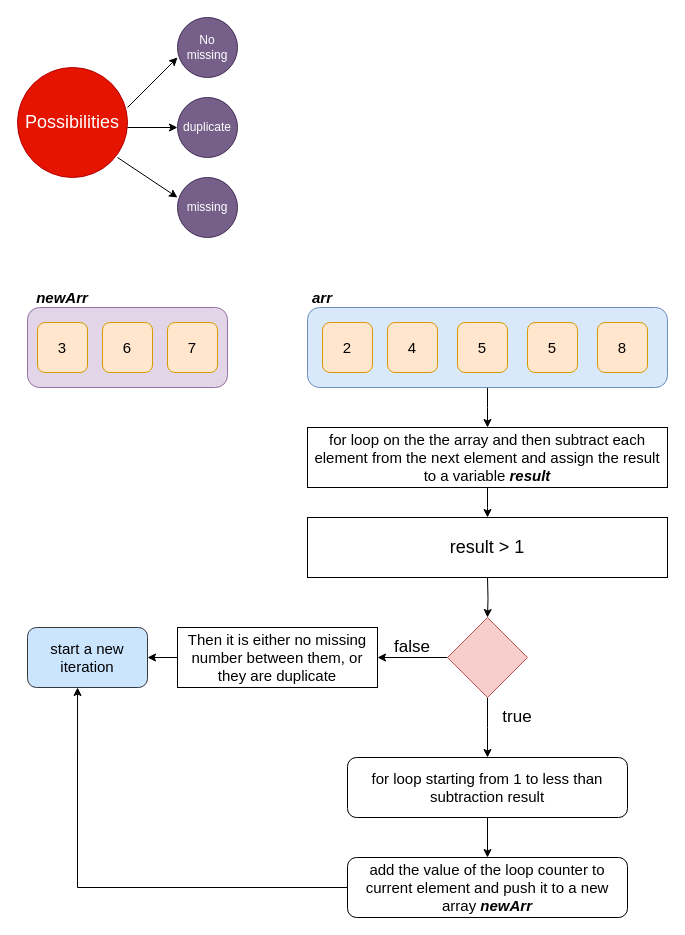
Before: exercises/missingInts/missingIntsDiagram.drawio in Islam888/AlgoCasts, a draw.io diagram. Source tidied: cells renumbered, new cells numbered last; positions are measured from the earlier drawing's top-left corner, leaving out a move shared by most shapes. Both pictures are drawn from the tidied source at 100%, with x=0, y=0 at pixel (17, 17).
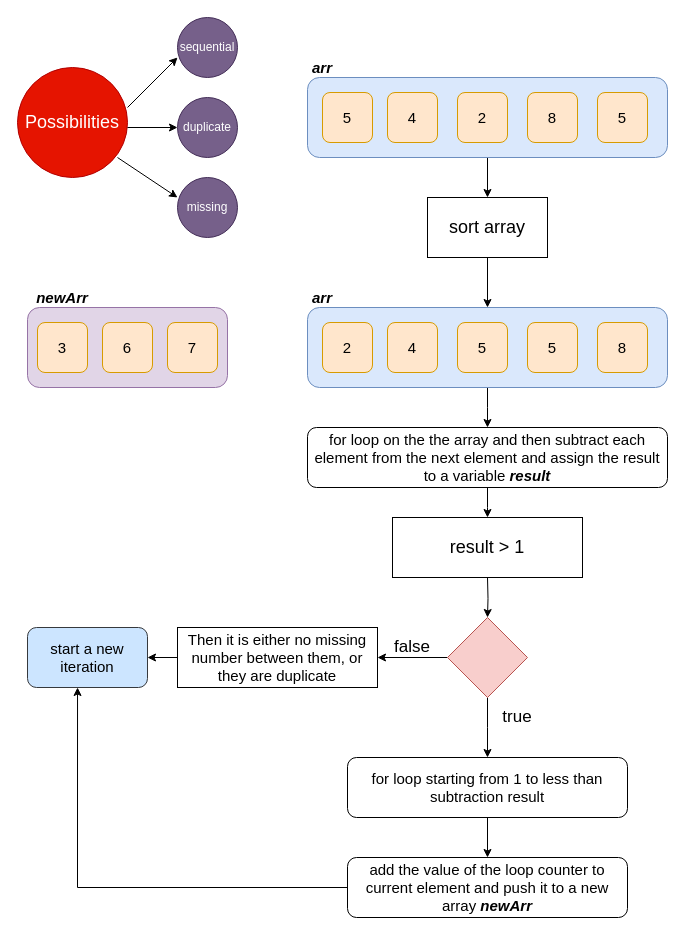
Above is the later version.

Unchanged cells that the change refers to:
```xml
<mxCell id="3" style="rounded=1;whiteSpace=wrap;html=1;fillColor=#dae8fc;strokeColor=#6c8ebf;fontSize=15;" parent="1" vertex="1">
  <mxGeometry x="290" y="290" width="360" height="80" as="geometry" />
</mxCell>
```

The edit, as a diff of the source:
```diff
@@
-    <mxCell id="13" value="for loop on the the array and then subtract each element from the next element and assign the result to a variable &lt;i style=&quot;font-size: 15px;&quot;&gt;&lt;b style=&quot;font-size: 15px;&quot;&gt;result&lt;/b&gt;&lt;/i&gt;" style="rounded=0;whiteSpace=wrap;html=1;fontSize=15;" parent="1" vertex="1">
+    <mxCell id="13" value="for loop on the the array and then subtract each element from the next element and assign the result to a variable &lt;i style=&quot;font-size: 15px;&quot;&gt;&lt;b style=&quot;font-size: 15px;&quot;&gt;result&lt;/b&gt;&lt;/i&gt;" style="rounded=1;whiteSpace=wrap;html=1;fontSize=15;" parent="1" vertex="1">
       <mxGeometry x="290" y="410" width="360" height="60" as="geometry" />
     </mxCell>
     <mxCell id="14" value="result &amp;gt; 1" style="rounded=0;whiteSpace=wrap;html=1;fontSize=18;" parent="1" vertex="1">
-      <mxGeometry x="290" y="500" width="360" height="60" as="geometry" />
+      <mxGeometry x="375" y="500" width="190" height="60" as="geometry" />
     </mxCell>
@@
-    <mxCell id="35" value="No missing" style="ellipse;whiteSpace=wrap;html=1;fontSize=12;fillColor=#76608a;strokeColor=#432D57;fontColor=#ffffff;" parent="1" vertex="1">
+    <mxCell id="35" value="sequential" style="ellipse;whiteSpace=wrap;html=1;fontSize=12;fillColor=#76608a;strokeColor=#432D57;fontColor=#ffffff;" parent="1" vertex="1">
       <mxGeometry x="160" width="60" height="60" as="geometry" />
     </mxCell>
@@
+    <mxCell id="38" style="edgeStyle=orthogonalEdgeStyle;rounded=0;jettySize=auto;html=1;" parent="1" edge="1" source="39" target="47">
+      <mxGeometry relative="1" as="geometry" />
+    </mxCell>
+    <mxCell id="39" style="rounded=1;whiteSpace=wrap;html=1;fillColor=#dae8fc;strokeColor=#6c8ebf;fontSize=15;" parent="1" vertex="1">
+      <mxGeometry x="290" y="60" width="360" height="80" as="geometry" />
+    </mxCell>
+    <mxCell id="40" value="5" style="rounded=1;whiteSpace=wrap;html=1;fillColor=#ffe6cc;strokeColor=#d79b00;fontSize=15;" parent="1" vertex="1">
+      <mxGeometry x="305" y="75" width="50" height="50" as="geometry" />
+    </mxCell>
+    <mxCell id="41" value="4" style="rounded=1;whiteSpace=wrap;html=1;fillColor=#ffe6cc;strokeColor=#d79b00;fontSize=15;" parent="1" vertex="1">
+      <mxGeometry x="370" y="75" width="50" height="50" as="geometry" />
+    </mxCell>
+    <mxCell id="42" value="2" style="rounded=1;whiteSpace=wrap;html=1;fillColor=#ffe6cc;strokeColor=#d79b00;fontSize=15;" parent="1" vertex="1">
+      <mxGeometry x="440" y="75" width="50" height="50" as="geometry" />
+    </mxCell>
+    <mxCell id="43" value="8" style="rounded=1;whiteSpace=wrap;html=1;fillColor=#ffe6cc;strokeColor=#d79b00;fontSize=15;" parent="1" vertex="1">
+      <mxGeometry x="510" y="75" width="50" height="50" as="geometry" />
+    </mxCell>
+    <mxCell id="44" value="5" style="rounded=1;whiteSpace=wrap;html=1;fillColor=#ffe6cc;strokeColor=#d79b00;fontSize=15;" parent="1" vertex="1">
+      <mxGeometry x="580" y="75" width="50" height="50" as="geometry" />
+    </mxCell>
+    <mxCell id="45" value="&lt;b&gt;&lt;i&gt;arr&lt;/i&gt;&lt;/b&gt;" style="text;html=1;strokeColor=none;fillColor=none;align=center;verticalAlign=middle;whiteSpace=wrap;rounded=0;fontSize=15;" parent="1" vertex="1">
+      <mxGeometry x="270" y="40" width="70" height="20" as="geometry" />
+    </mxCell>
+    <mxCell id="46" style="edgeStyle=orthogonalEdgeStyle;rounded=0;jettySize=auto;html=1;entryX=0.5;entryY=0;entryDx=0;entryDy=0;" parent="1" edge="1" source="47" target="3">
+      <mxGeometry relative="1" as="geometry" />
+    </mxCell>
+    <mxCell id="47" value="sort array" style="rounded=0;whiteSpace=wrap;html=1;fontSize=18;" parent="1" vertex="1">
+      <mxGeometry x="410" y="180" width="120" height="60" as="geometry" />
+    </mxCell>
```
